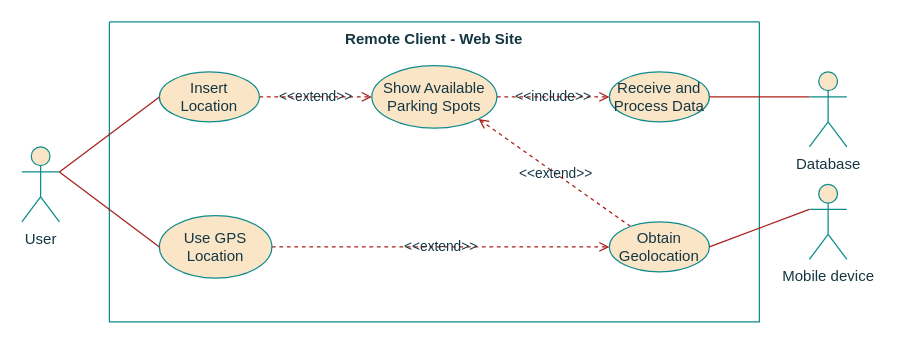
This is page "WebSiteSys_UseCases" (4 of 6) of project/report/flowcharts/RemoteSystem.drawio from ESRGgroup9/slipad, a draw.io file, before an edit. Source tidied: cells renumbered, new cells numbered last; positions are measured from the earlier drawing's top-left corner, leaving out a move shared by most shapes. Both pictures are drawn from the tidied source at 125%, with x=0, y=0 at pixel (21, 21).
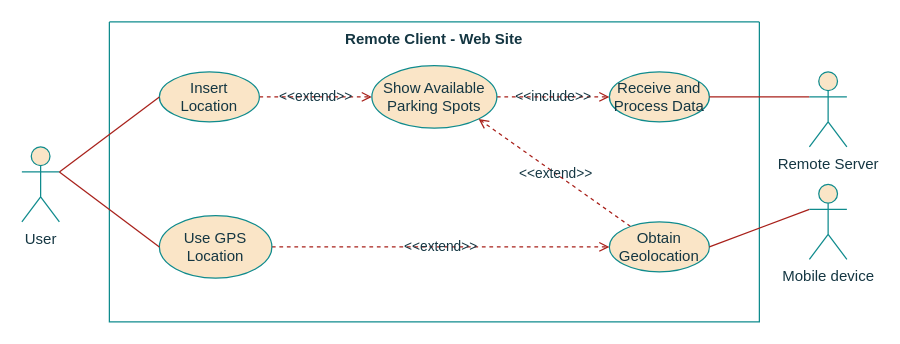
The same page after the edit.

Diff of the diagram source:
```diff
@@
 <mxGraphModel>
   <root>
     <mxCell id="0" />
     <mxCell id="1" parent="0" />
     <mxCell id="2" value="Remote Client - Web Site " style="swimlane;startSize=0;verticalAlign=top;fillColor=#FAE5C7;strokeColor=#0F8B8D;fontColor=#143642;" parent="1" vertex="1">
       <mxGeometry x="70" width="520" height="240" as="geometry" />
     </mxCell>
     <mxCell id="3" value="&amp;lt;&amp;lt;extend&amp;gt;&amp;gt;" style="edgeStyle=none;rounded=0;jettySize=auto;html=1;entryX=0;entryY=0.5;entryDx=0;entryDy=0;dashed=1;endArrow=open;endFill=0;labelBackgroundColor=none;strokeColor=#A8201A;fontColor=#143642;" parent="2" edge="1" source="4" target="9">
       <mxGeometry relative="1" as="geometry" />
     </mxCell>
     <mxCell id="4" value="Insert Location" style="ellipse;whiteSpace=wrap;html=1;fillColor=#FAE5C7;strokeColor=#0F8B8D;fontColor=#143642;" parent="2" vertex="1">
       <mxGeometry x="40" y="40" width="80" height="40" as="geometry" />
     </mxCell>
     <mxCell id="5" value="&amp;lt;&amp;lt;extend&amp;gt;&amp;gt;" style="edgeStyle=none;rounded=0;jettySize=auto;html=1;entryX=1;entryY=1;entryDx=0;entryDy=0;dashed=1;endArrow=open;endFill=0;labelBackgroundColor=none;strokeColor=#A8201A;fontColor=#143642;" parent="2" edge="1" source="6" target="9">
       <mxGeometry relative="1" as="geometry" />
     </mxCell>
     <mxCell id="6" value="Obtain Geolocation" style="ellipse;whiteSpace=wrap;html=1;fillColor=#FAE5C7;strokeColor=#0F8B8D;fontColor=#143642;" parent="2" vertex="1">
       <mxGeometry x="400" y="160" width="80" height="40" as="geometry" />
     </mxCell>
     <mxCell id="7" value="Receive and Process Data" style="ellipse;whiteSpace=wrap;html=1;fillColor=#FAE5C7;strokeColor=#0F8B8D;fontColor=#143642;" parent="2" vertex="1">
       <mxGeometry x="400" y="40" width="80" height="40" as="geometry" />
     </mxCell>
     <mxCell id="8" value="&amp;lt;&amp;lt;include&amp;gt;&amp;gt;" style="edgeStyle=none;rounded=0;jettySize=auto;html=1;entryX=0;entryY=0.5;entryDx=0;entryDy=0;dashed=1;endArrow=open;endFill=0;labelBackgroundColor=none;strokeColor=#A8201A;fontColor=#143642;" parent="2" edge="1" source="9" target="7">
       <mxGeometry relative="1" as="geometry" />
     </mxCell>
     <mxCell id="9" value="Show Available Parking Spots" style="ellipse;whiteSpace=wrap;html=1;fillColor=#FAE5C7;strokeColor=#0F8B8D;fontColor=#143642;" parent="2" vertex="1">
       <mxGeometry x="210" y="35" width="100" height="50" as="geometry" />
     </mxCell>
     <mxCell id="10" value="&amp;lt;&amp;lt;extend&amp;gt;&amp;gt;" style="edgeStyle=none;rounded=0;jettySize=auto;html=1;entryX=0;entryY=0.5;entryDx=0;entryDy=0;dashed=1;endArrow=open;endFill=0;labelBackgroundColor=none;strokeColor=#A8201A;fontColor=#143642;" parent="2" edge="1" source="11" target="6">
       <mxGeometry relative="1" as="geometry" />
     </mxCell>
     <mxCell id="11" value="Use GPS Location" style="ellipse;whiteSpace=wrap;html=1;fillColor=#FAE5C7;strokeColor=#0F8B8D;fontColor=#143642;" parent="2" vertex="1">
       <mxGeometry x="40" y="155" width="90" height="50" as="geometry" />
     </mxCell>
     <mxCell id="12" style="edgeStyle=none;rounded=0;jettySize=auto;html=1;exitX=0;exitY=0.3333333333333333;exitDx=0;exitDy=0;exitPerimeter=0;entryX=1;entryY=0.5;entryDx=0;entryDy=0;endArrow=none;endFill=0;labelBackgroundColor=#DAD2D8;strokeColor=#A8201A;fontColor=#143642;" parent="1" edge="1" source="13" target="6">
       <mxGeometry relative="1" as="geometry" />
     </mxCell>
     <mxCell id="13" value="Mobile device" style="shape=umlActor;verticalLabelPosition=bottom;verticalAlign=top;html=1;outlineConnect=0;fillColor=#FAE5C7;strokeColor=#0F8B8D;fontColor=#143642;" parent="1" vertex="1">
       <mxGeometry x="630" y="130" width="30" height="60" as="geometry" />
     </mxCell>
     <mxCell id="14" style="edgeStyle=none;rounded=0;jettySize=auto;html=1;exitX=1;exitY=0.3333333333333333;exitDx=0;exitDy=0;exitPerimeter=0;entryX=0;entryY=0.5;entryDx=0;entryDy=0;endArrow=none;endFill=0;labelBackgroundColor=#DAD2D8;strokeColor=#A8201A;fontColor=#143642;" parent="1" edge="1" source="16" target="4">
       <mxGeometry relative="1" as="geometry" />
     </mxCell>
     <mxCell id="15" style="edgeStyle=none;rounded=0;jettySize=auto;html=1;entryX=0;entryY=0.5;entryDx=0;entryDy=0;exitX=1;exitY=0.3333333333333333;exitDx=0;exitDy=0;exitPerimeter=0;endArrow=none;endFill=0;labelBackgroundColor=#DAD2D8;strokeColor=#A8201A;fontColor=#143642;" parent="1" edge="1" source="16" target="11">
       <mxGeometry relative="1" as="geometry" />
     </mxCell>
     <mxCell id="16" value="User" style="shape=umlActor;verticalLabelPosition=bottom;verticalAlign=top;html=1;outlineConnect=0;fillColor=#FAE5C7;strokeColor=#0F8B8D;fontColor=#143642;" parent="1" vertex="1">
       <mxGeometry y="100" width="30" height="60" as="geometry" />
     </mxCell>
     <mxCell id="17" style="edgeStyle=none;rounded=0;jettySize=auto;html=1;exitX=0;exitY=0.3333333333333333;exitDx=0;exitDy=0;exitPerimeter=0;entryX=1;entryY=0.5;entryDx=0;entryDy=0;endArrow=none;endFill=0;labelBackgroundColor=#DAD2D8;strokeColor=#A8201A;fontColor=#143642;" parent="1" edge="1" source="18" target="7">
       <mxGeometry relative="1" as="geometry" />
     </mxCell>
-    <mxCell id="18" value="Database" style="shape=umlActor;verticalLabelPosition=bottom;verticalAlign=top;html=1;outlineConnect=0;fillColor=#FAE5C7;strokeColor=#0F8B8D;fontColor=#143642;" parent="1" vertex="1">
+    <mxCell id="18" value="Remote Server" style="shape=umlActor;verticalLabelPosition=bottom;verticalAlign=top;html=1;outlineConnect=0;fillColor=#FAE5C7;strokeColor=#0F8B8D;fontColor=#143642;" parent="1" vertex="1">
       <mxGeometry x="630" y="40" width="30" height="60" as="geometry" />
     </mxCell>
   </root>
 </mxGraphModel>
```
